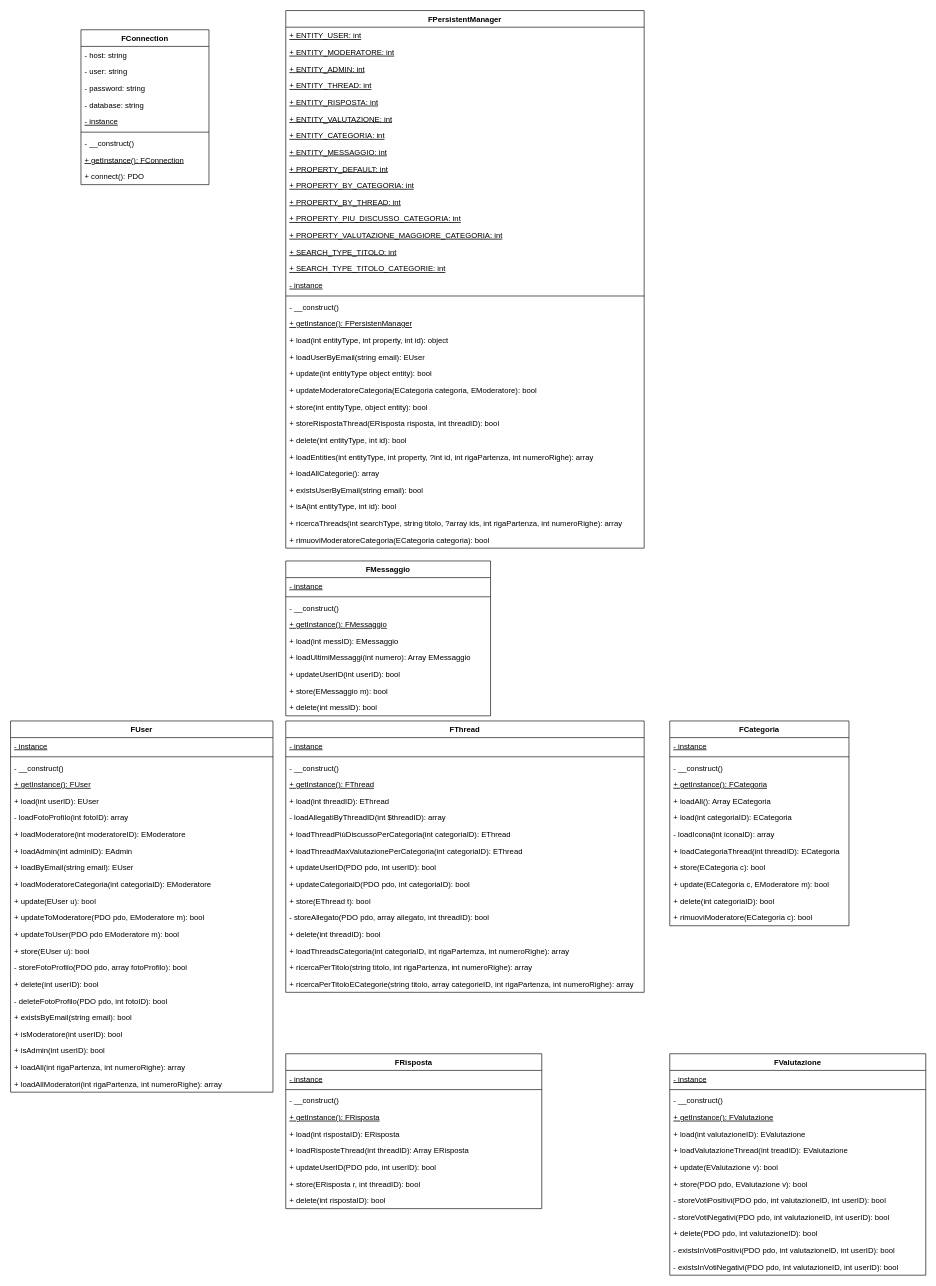
The draw.io diagram Diagrammi/UML Fondation 2.drawio in EdoPan/UniChat, before the edit. Source tidied: cells renumbered, new cells numbered last; positions are measured from the earlier drawing's top-left corner, leaving out a move shared by most shapes. Both pictures are drawn from the tidied source at 64%, with x=0, y=0 at pixel (10, 10).
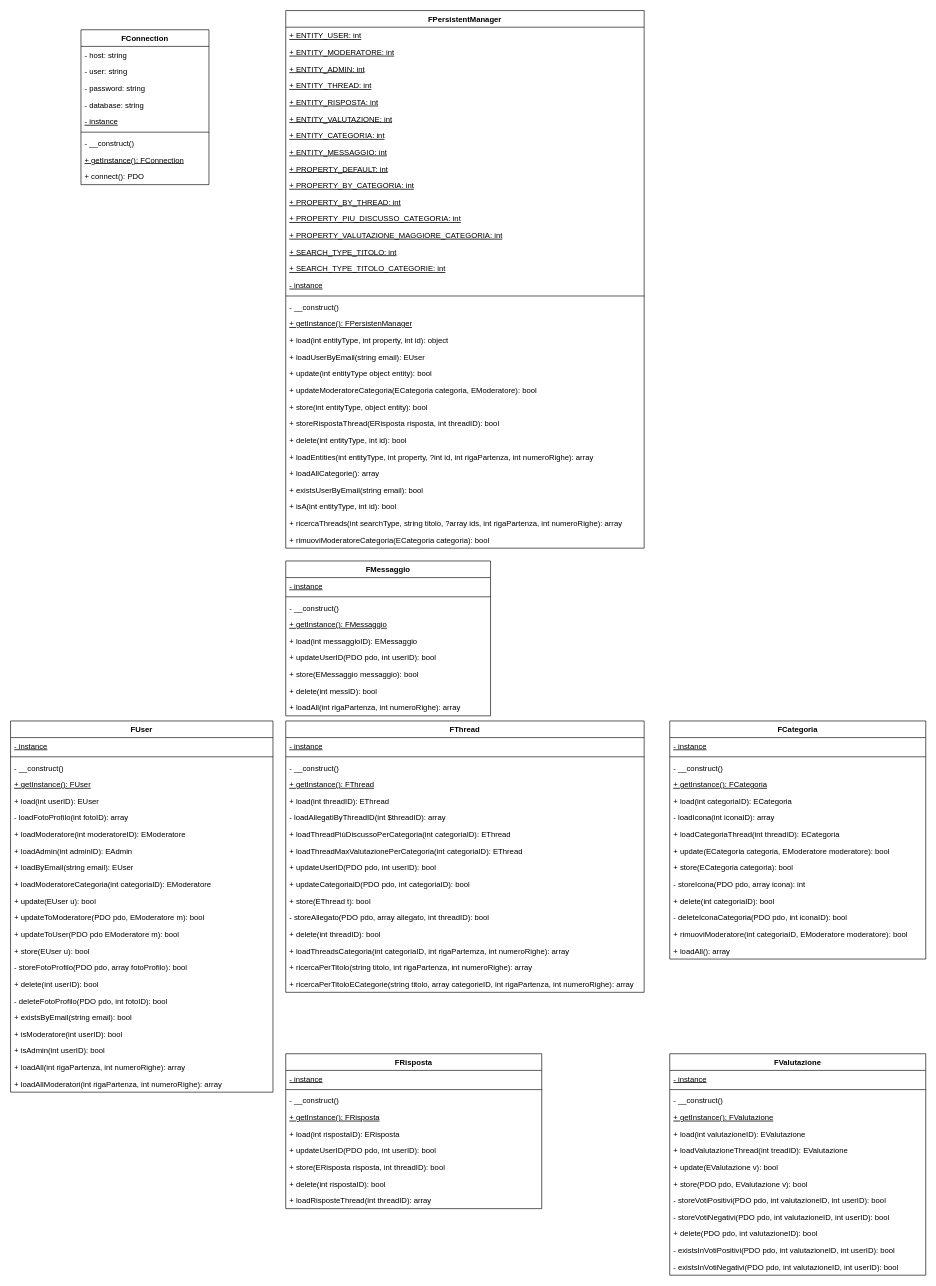
Above is the later version.

Unchanged cells that the change refers to:
```xml
<mxCell id="68" value="FMessaggio" style="swimlane;fontStyle=1;align=center;verticalAlign=top;horizontal=1;startSize=26;" parent="1" vertex="1">
  <mxGeometry x="430" y="860" width="320" height="242" as="geometry" />
</mxCell>
<mxCell id="95" value="FRisposta" style="swimlane;fontStyle=1;align=center;verticalAlign=top;horizontal=1;startSize=26;" parent="1" vertex="1">
  <mxGeometry x="430" y="1630" width="400" height="242" as="geometry" />
</mxCell>
```

The edit, as a diff of the source:
```diff
@@
-    <mxCell id="73" value="+ load(int messID): EMessaggio" style="text;strokeColor=none;fillColor=none;align=left;verticalAlign=top;spacingLeft=4;spacingRight=4;overflow=hidden;" parent="68" vertex="1">
+    <mxCell id="73" value="+ load(int messaggioID): EMessaggio" style="text;strokeColor=none;fillColor=none;align=left;verticalAlign=top;spacingLeft=4;spacingRight=4;overflow=hidden;" parent="68" vertex="1">
       <mxGeometry y="112" width="320" height="26" as="geometry" />
     </mxCell>
-    <mxCell id="74" value="+ loadUltimiMessaggi(int numero): Array EMessaggio" style="text;strokeColor=none;fillColor=none;align=left;verticalAlign=top;spacingLeft=4;spacingRight=4;overflow=hidden;" parent="68" vertex="1">
-      <mxGeometry y="138" width="320" height="26" as="geometry" />
-    </mxCell>
-    <mxCell id="75" value="+ updateUserID(int userID): bool" style="text;strokeColor=none;fillColor=none;align=left;verticalAlign=top;spacingLeft=4;spacingRight=4;overflow=hidden;" parent="68" vertex="1">
-      <mxGeometry y="164" width="320" height="26" as="geometry" />
+    <mxCell id="75" value="+ updateUserID(PDO pdo, int userID): bool" style="text;strokeColor=none;fillColor=none;align=left;verticalAlign=top;spacingLeft=4;spacingRight=4;overflow=hidden;" parent="68" vertex="1">
+      <mxGeometry y="138" width="320" height="26" as="geometry" />
     </mxCell>
-    <mxCell id="76" value="+ store(EMessaggio m): bool" style="text;strokeColor=none;fillColor=none;align=left;verticalAlign=top;spacingLeft=4;spacingRight=4;overflow=hidden;" parent="68" vertex="1">
-      <mxGeometry y="190" width="320" height="26" as="geometry" />
+    <mxCell id="76" value="+ store(EMessaggio messaggio): bool" style="text;strokeColor=none;fillColor=none;align=left;verticalAlign=top;spacingLeft=4;spacingRight=4;overflow=hidden;" parent="68" vertex="1">
+      <mxGeometry y="164" width="320" height="26" as="geometry" />
     </mxCell>
     <mxCell id="77" value="+ delete(int messID): bool" style="text;strokeColor=none;fillColor=none;align=left;verticalAlign=top;spacingLeft=4;spacingRight=4;overflow=hidden;" parent="68" vertex="1">
-      <mxGeometry y="216" width="320" height="26" as="geometry" />
+      <mxGeometry y="190" width="320" height="26" as="geometry" />
     </mxCell>
+    <mxCell id="74" value="+ loadAll(int rigaPartenza, int numeroRighe): array" style="text;strokeColor=none;fillColor=none;align=left;verticalAlign=top;spacingLeft=4;spacingRight=4;overflow=hidden;" parent="68" vertex="1">
+      <mxGeometry y="216" width="320" height="26" as="geometry" />
+    </mxCell>
@@
-    <mxCell id="101" value="+ loadRisposteThread(int threadID): Array ERisposta" style="text;strokeColor=none;fillColor=none;align=left;verticalAlign=top;spacingLeft=4;spacingRight=4;overflow=hidden;" parent="95" vertex="1">
-      <mxGeometry y="138" width="400" height="26" as="geometry" />
-    </mxCell>
     <mxCell id="102" value="+ updateUserID(PDO pdo, int userID): bool" style="text;strokeColor=none;fillColor=none;align=left;verticalAlign=top;spacingLeft=4;spacingRight=4;overflow=hidden;" parent="95" vertex="1">
-      <mxGeometry y="164" width="400" height="26" as="geometry" />
+      <mxGeometry y="138" width="400" height="26" as="geometry" />
     </mxCell>
-    <mxCell id="103" value="+ store(ERisposta r, int threadID): bool" style="text;strokeColor=none;fillColor=none;align=left;verticalAlign=top;spacingLeft=4;spacingRight=4;overflow=hidden;" parent="95" vertex="1">
-      <mxGeometry y="190" width="400" height="26" as="geometry" />
+    <mxCell id="103" value="+ store(ERisposta risposta, int threadID): bool" style="text;strokeColor=none;fillColor=none;align=left;verticalAlign=top;spacingLeft=4;spacingRight=4;overflow=hidden;" parent="95" vertex="1">
+      <mxGeometry y="164" width="400" height="26" as="geometry" />
     </mxCell>
     <mxCell id="104" value="+ delete(int rispostaID): bool" style="text;strokeColor=none;fillColor=none;align=left;verticalAlign=top;spacingLeft=4;spacingRight=4;overflow=hidden;" parent="95" vertex="1">
-      <mxGeometry y="216" width="400" height="26" as="geometry" />
+      <mxGeometry y="190" width="400" height="26" as="geometry" />
     </mxCell>
+    <mxCell id="101" value="+ loadRisposteThread(int threadID): array" style="text;strokeColor=none;fillColor=none;align=left;verticalAlign=top;spacingLeft=4;spacingRight=4;overflow=hidden;" parent="95" vertex="1">
+      <mxGeometry y="216" width="400" height="26" as="geometry" />
+    </mxCell>
     <mxCell id="105" value="FCategoria" style="swimlane;fontStyle=1;align=center;verticalAlign=top;horizontal=1;startSize=26;" parent="1" vertex="1">
-      <mxGeometry x="1030" y="1110" width="280" height="320" as="geometry" />
+      <mxGeometry x="1030" y="1110" width="400" height="372" as="geometry" />
     </mxCell>
     <mxCell id="106" value="- instance" style="text;strokeColor=none;fillColor=none;align=left;verticalAlign=top;spacingLeft=4;spacingRight=4;overflow=hidden;fontStyle=4;" parent="105" vertex="1">
-      <mxGeometry y="26" width="280" height="26" as="geometry" />
+      <mxGeometry y="26" width="400" height="26" as="geometry" />
     </mxCell>
     <mxCell id="107" style="line;strokeWidth=1;fillColor=none;align=left;verticalAlign=middle;spacingTop=-1;spacingLeft=3;spacingRight=3;labelPosition=right;" parent="105" vertex="1">
-      <mxGeometry y="52" width="280" height="8" as="geometry" />
+      <mxGeometry y="52" width="400" height="8" as="geometry" />
     </mxCell>
     <mxCell id="108" value="- __construct()" style="text;strokeColor=none;fillColor=none;align=left;verticalAlign=top;spacingLeft=4;spacingRight=4;overflow=hidden;" parent="105" vertex="1">
-      <mxGeometry y="60" width="280" height="26" as="geometry" />
+      <mxGeometry y="60" width="400" height="26" as="geometry" />
     </mxCell>
     <mxCell id="109" value="+ getInstance(): FCategoria" style="text;strokeColor=none;fillColor=none;align=left;verticalAlign=top;spacingLeft=4;spacingRight=4;overflow=hidden;fontStyle=4;" parent="105" vertex="1">
-      <mxGeometry y="86" width="280" height="26" as="geometry" />
+      <mxGeometry y="86" width="400" height="26" as="geometry" />
     </mxCell>
-    <mxCell id="110" value="+ loadAll(): Array ECategoria" style="text;strokeColor=none;fillColor=none;align=left;verticalAlign=top;spacingLeft=4;spacingRight=4;overflow=hidden;" parent="105" vertex="1">
-      <mxGeometry y="112" width="280" height="26" as="geometry" />
-    </mxCell>
     <mxCell id="111" value="+ load(int categoriaID): ECategoria" style="text;strokeColor=none;fillColor=none;align=left;verticalAlign=top;spacingLeft=4;spacingRight=4;overflow=hidden;" parent="105" vertex="1">
-      <mxGeometry y="138" width="280" height="26" as="geometry" />
+      <mxGeometry y="112" width="400" height="26" as="geometry" />
     </mxCell>
     <mxCell id="112" value="- loadIcona(int iconaID): array" style="text;strokeColor=none;fillColor=none;align=left;verticalAlign=top;spacingLeft=4;spacingRight=4;overflow=hidden;" parent="105" vertex="1">
-      <mxGeometry y="164" width="280" height="26" as="geometry" />
+      <mxGeometry y="138" width="400" height="26" as="geometry" />
     </mxCell>
     <mxCell id="113" value="+ loadCategoriaThread(int threadID): ECategoria" style="text;strokeColor=none;fillColor=none;align=left;verticalAlign=top;spacingLeft=4;spacingRight=4;overflow=hidden;" parent="105" vertex="1">
-      <mxGeometry y="190" width="280" height="26" as="geometry" />
+      <mxGeometry y="164" width="400" height="26" as="geometry" />
     </mxCell>
+    <mxCell id="115" value="+ update(ECategoria categoria, EModeratore moderatore): bool" style="text;strokeColor=none;fillColor=none;align=left;verticalAlign=top;spacingLeft=4;spacingRight=4;overflow=hidden;" parent="105" vertex="1">
+      <mxGeometry y="190" width="400" height="26" as="geometry" />
+    </mxCell>
-    <mxCell id="114" value="+ store(ECategoria c): bool" style="text;strokeColor=none;fillColor=none;align=left;verticalAlign=top;spacingLeft=4;spacingRight=4;overflow=hidden;" parent="105" vertex="1">
-      <mxGeometry y="216" width="280" height="26" as="geometry" />
+    <mxCell id="114" value="+ store(ECategoria categoria): bool" style="text;strokeColor=none;fillColor=none;align=left;verticalAlign=top;spacingLeft=4;spacingRight=4;overflow=hidden;" parent="105" vertex="1">
+      <mxGeometry y="216" width="400" height="26" as="geometry" />
     </mxCell>
-    <mxCell id="115" value="+ update(ECategoria c, EModeratore m): bool" style="text;strokeColor=none;fillColor=none;align=left;verticalAlign=top;spacingLeft=4;spacingRight=4;overflow=hidden;" parent="105" vertex="1">
-      <mxGeometry y="242" width="280" height="26" as="geometry" />
-    </mxCell>
+    <mxCell id="132" value="- storeIcona(PDO pdo, array icona): int" style="text;strokeColor=none;fillColor=none;align=left;verticalAlign=top;spacingLeft=4;spacingRight=4;overflow=hidden;" parent="105" vertex="1">
+      <mxGeometry y="242" width="400" height="26" as="geometry" />
+    </mxCell>
     <mxCell id="116" value="+ delete(int categoriaID): bool" style="text;strokeColor=none;fillColor=none;align=left;verticalAlign=top;spacingLeft=4;spacingRight=4;overflow=hidden;" parent="105" vertex="1">
-      <mxGeometry y="268" width="280" height="26" as="geometry" />
+      <mxGeometry y="268" width="400" height="26" as="geometry" />
     </mxCell>
+    <mxCell id="133" value="- deleteIconaCategoria(PDO pdo, int iconaID): bool" style="text;strokeColor=none;fillColor=none;align=left;verticalAlign=top;spacingLeft=4;spacingRight=4;overflow=hidden;" parent="105" vertex="1">
+      <mxGeometry y="294" width="400" height="26" as="geometry" />
+    </mxCell>
-    <mxCell id="117" value="+ rimuoviModeratore(ECategoria c): bool" style="text;strokeColor=none;fillColor=none;align=left;verticalAlign=top;spacingLeft=4;spacingRight=4;overflow=hidden;" parent="105" vertex="1">
-      <mxGeometry y="294" width="280" height="26" as="geometry" />
+    <mxCell id="117" value="+ rimuoviModeratore(int categoriaID, EModeratore moderatore): bool" style="text;strokeColor=none;fillColor=none;align=left;verticalAlign=top;spacingLeft=4;spacingRight=4;overflow=hidden;" parent="105" vertex="1">
+      <mxGeometry y="320" width="400" height="26" as="geometry" />
     </mxCell>
+    <mxCell id="110" value="+ loadAll(): array" style="text;strokeColor=none;fillColor=none;align=left;verticalAlign=top;spacingLeft=4;spacingRight=4;overflow=hidden;" parent="105" vertex="1">
+      <mxGeometry y="346" width="400" height="26" as="geometry" />
+    </mxCell>
```
